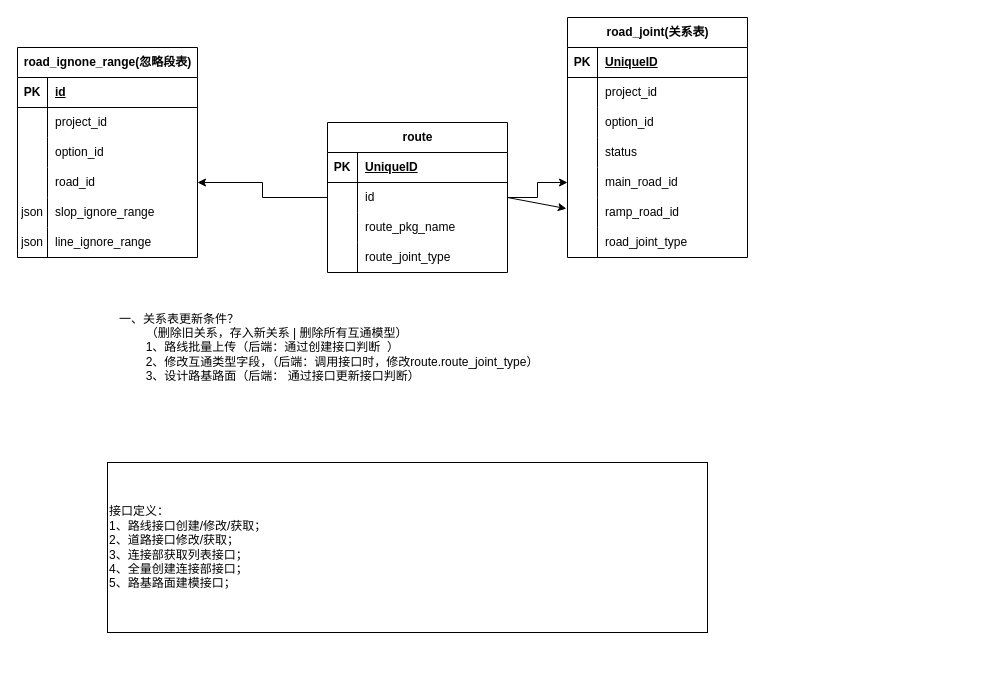
Before: 未命名绘图.drawio in HCY2315/draw, a draw.io diagram. Source tidied: cells renumbered, new cells numbered last; positions are measured from the earlier drawing's top-left corner, leaving out a move shared by most shapes. Both pictures are drawn from the tidied source at 100%, with x=0, y=0 at pixel (17, 17).
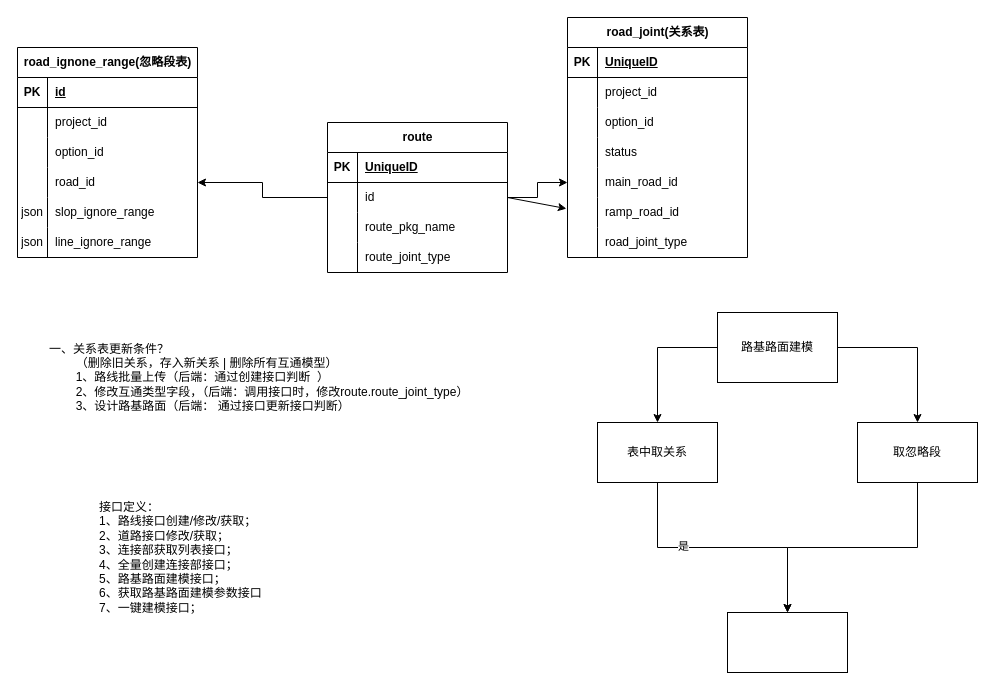
The same page after the edit.

Commit message:
更新未命名绘图.drawio

Change to the diagram source:
```diff
@@
     <mxCell id="59" value="一、关系表更新条件？&lt;div&gt;&lt;span style=&quot;white-space: pre;&quot;&gt;&#9;&lt;/span&gt;（删除旧关系，存入新关系 |&amp;nbsp;&lt;span style=&quot;background-color: transparent; color: light-dark(rgb(0, 0, 0), rgb(255, 255, 255));&quot;&gt;删除所有互通模型&lt;/span&gt;&lt;span style=&quot;background-color: transparent; color: light-dark(rgb(0, 0, 0), rgb(255, 255, 255));&quot;&gt;）&lt;/span&gt;&lt;/div&gt;&lt;div&gt;&lt;div&gt;&lt;span style=&quot;white-space: pre;&quot;&gt;&#9;&lt;/span&gt;1、路线批量上传（后端：通过创建接口判断&amp;nbsp; ）&lt;br&gt;&lt;/div&gt;&lt;div&gt;&lt;span style=&quot;white-space: pre;&quot;&gt;&#9;&lt;/span&gt;2、修改互通类型字段，（后端：调用接口时，修改route.&lt;span style=&quot;text-wrap-mode: wrap; background-color: transparent; color: light-dark(rgb(0, 0, 0), rgb(255, 255, 255));&quot;&gt;route_joint_type&lt;/span&gt;&lt;span style=&quot;background-color: transparent; color: light-dark(rgb(0, 0, 0), rgb(255, 255, 255));&quot;&gt;）&lt;/span&gt;&lt;/div&gt;&lt;div&gt;&lt;span style=&quot;white-space: pre;&quot;&gt;&#9;&lt;/span&gt;3、设计路基路面（后端： 通过接口更新接口判断）&lt;br&gt;&lt;/div&gt;&lt;/div&gt;" style="text;html=1;align=left;verticalAlign=middle;strokeColor=none;fillColor=none;" parent="1" vertex="1">
-      <mxGeometry x="100" y="285" width="440" height="90" as="geometry" />
+      <mxGeometry x="30" y="315" width="440" height="90" as="geometry" />
     </mxCell>
-    <mxCell id="60" value="接口定义：&lt;div&gt;1、路线接口创建/修改/获取；&lt;/div&gt;&lt;div&gt;2、道路接口修改/获取；&lt;/div&gt;&lt;div&gt;3、连接部获取列表接口；&lt;/div&gt;&lt;div&gt;4、全量创建连接部接口；&lt;/div&gt;&lt;div&gt;5、路基路面建模接口；&lt;/div&gt;" style="rounded=0;whiteSpace=wrap;html=1;align=left;" parent="1" vertex="1">
-      <mxGeometry x="90" y="445" width="600" height="170" as="geometry" />
+    <mxCell id="60" value="接口定义：&lt;div&gt;1、路线接口创建/修改/获取；&lt;/div&gt;&lt;div&gt;2、道路接口修改/获取；&lt;/div&gt;&lt;div&gt;3、连接部获取列表接口；&lt;/div&gt;&lt;div&gt;4、全量创建连接部接口；&lt;/div&gt;&lt;div&gt;5、路基路面建模接口；&lt;/div&gt;&lt;div&gt;6、获取路基路面建模参数接口&lt;/div&gt;&lt;div&gt;7、一键建模接口；&lt;/div&gt;" style="rounded=0;whiteSpace=wrap;html=1;align=left;fillColor=none;strokeColor=none;" parent="1" vertex="1">
+      <mxGeometry x="80" y="455" width="600" height="170" as="geometry" />
     </mxCell>
+    <mxCell id="61" style="edgeStyle=orthogonalEdgeStyle;rounded=0;jettySize=auto;html=1;" parent="1" edge="1" source="63" target="69">
+      <mxGeometry relative="1" as="geometry" />
+    </mxCell>
+    <mxCell id="62" style="edgeStyle=orthogonalEdgeStyle;rounded=0;jettySize=auto;html=1;exitX=0;exitY=0.5;exitDx=0;exitDy=0;entryX=0.5;entryY=0;entryDx=0;entryDy=0;" parent="1" edge="1" source="63" target="67">
+      <mxGeometry relative="1" as="geometry" />
+    </mxCell>
+    <mxCell id="63" value="路基路面建模" style="rounded=0;whiteSpace=wrap;html=1;" parent="1" vertex="1">
+      <mxGeometry x="700" y="295" width="120" height="70" as="geometry" />
+    </mxCell>
+    <mxCell id="64" style="edgeStyle=orthogonalEdgeStyle;rounded=0;jettySize=auto;html=1;exitX=0.5;exitY=1;exitDx=0;exitDy=0;" parent="1" edge="1" source="67" target="66">
+      <mxGeometry relative="1" as="geometry" />
+    </mxCell>
+    <mxCell id="65" value="是" style="edgeLabel;html=1;align=center;verticalAlign=middle;" parent="64" vertex="1">
+      <mxGeometry x="-0.31" y="2" relative="1" as="geometry" />
+    </mxCell>
+    <mxCell id="66" style="whiteSpace=wrap;html=1;rounded=0;" parent="1" vertex="1">
+      <mxGeometry x="710" y="595" width="120" height="60" as="geometry" />
+    </mxCell>
+    <mxCell id="67" value="表中取关系" style="whiteSpace=wrap;html=1;rounded=0;" parent="1" vertex="1">
+      <mxGeometry x="580" y="405" width="120" height="60" as="geometry" />
+    </mxCell>
+    <mxCell id="68" style="edgeStyle=orthogonalEdgeStyle;rounded=0;jettySize=auto;html=1;entryX=0.5;entryY=0;entryDx=0;entryDy=0;exitX=0.5;exitY=1;exitDx=0;exitDy=0;" parent="1" edge="1" source="69" target="66">
+      <mxGeometry relative="1" as="geometry" />
+    </mxCell>
+    <mxCell id="69" value="取忽略段" style="whiteSpace=wrap;html=1;rounded=0;" parent="1" vertex="1">
+      <mxGeometry x="840" y="405" width="120" height="60" as="geometry" />
+    </mxCell>
```
